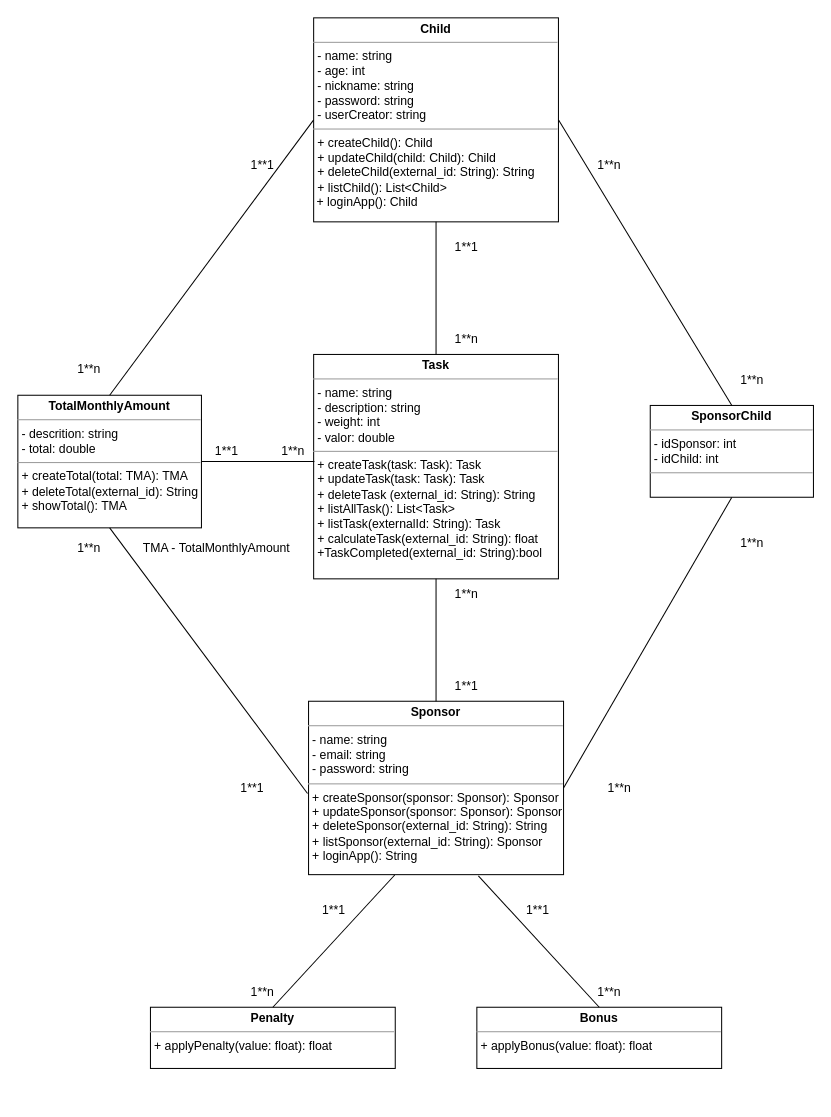
Above: diagrama-de-classes/diagrama-de-classes.drawio in Matheus-Juliao/Projeto-Modelagem-De-Sistemas (draw.io), before the change. Source tidied: cells renumbered, new cells numbered last; positions are measured from the earlier drawing's top-left corner, leaving out a move shared by most shapes. Both pictures are drawn from the tidied source at 102%, with x=0, y=0 at pixel (17, 17).
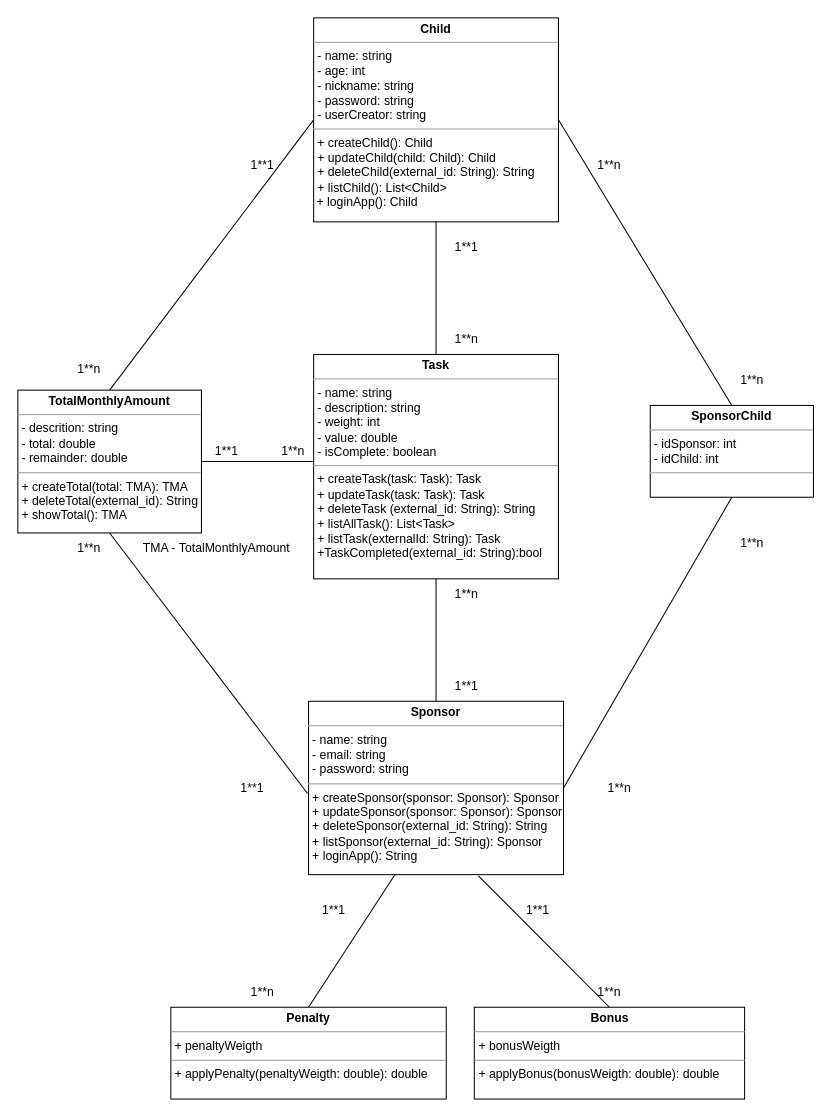
After the change.

Unchanged cells that the change refers to:
```xml
<mxCell id="2" value="&lt;p style=&quot;margin:0px;margin-top:4px;text-align:center;&quot;&gt;&lt;b&gt;Sponsor&lt;/b&gt;&lt;/p&gt;&lt;hr size=&quot;1&quot;&gt;&lt;p style=&quot;margin:0px;margin-left:4px;&quot;&gt;&lt;span style=&quot;background-color: initial;&quot;&gt;- name: string&lt;/span&gt;&lt;br&gt;&lt;/p&gt;&lt;p style=&quot;margin:0px;margin-left:4px;&quot;&gt;- email: string&lt;/p&gt;&lt;p style=&quot;margin:0px;margin-left:4px;&quot;&gt;- password: string&lt;/p&gt;&lt;hr size=&quot;1&quot;&gt;&lt;p style=&quot;border-color: var(--border-color); margin: 0px 0px 0px 4px;&quot;&gt;+ createSponsor(sponsor: Sponsor): Sponsor&lt;/p&gt;&lt;p style=&quot;border-color: var(--border-color); margin: 0px 0px 0px 4px;&quot;&gt;+ updateSponsor(sponsor: Sponsor): Sponsor&lt;br style=&quot;border-color: var(--border-color);&quot;&gt;&lt;/p&gt;&lt;p style=&quot;border-color: var(--border-color); margin: 0px 0px 0px 4px;&quot;&gt;+ deleteSponsor(external_id: String): String&lt;/p&gt;&lt;p style=&quot;border-color: var(--border-color); margin: 0px 0px 0px 4px;&quot;&gt;+ listSponsor(external_id: String): Sponsor&lt;/p&gt;&lt;p style=&quot;margin:0px;margin-left:4px;&quot;&gt;+ loginApp(): String&lt;/p&gt;&lt;p style=&quot;margin:0px;margin-left:4px;&quot;&gt;&lt;br&gt;&lt;/p&gt;" style="verticalAlign=top;align=left;overflow=fill;fontSize=12;fontFamily=Helvetica;html=1;whiteSpace=wrap;" parent="1" vertex="1">
  <mxGeometry x="285" y="670" width="250" height="170" as="geometry" />
</mxCell>
```

Change to the diagram source:
```diff
@@
-    <mxCell id="4" value="&lt;p style=&quot;margin:0px;margin-top:4px;text-align:center;&quot;&gt;&lt;b&gt;Task&lt;/b&gt;&lt;/p&gt;&lt;hr size=&quot;1&quot;&gt;&lt;p style=&quot;margin:0px;margin-left:4px;&quot;&gt;- name: string&lt;/p&gt;&lt;p style=&quot;margin:0px;margin-left:4px;&quot;&gt;- description: string&lt;span style=&quot;background-color: initial;&quot;&gt;&lt;br&gt;&lt;/span&gt;&lt;/p&gt;&lt;p style=&quot;margin:0px;margin-left:4px;&quot;&gt;&lt;span style=&quot;background-color: initial;&quot;&gt;- weight: int&lt;/span&gt;&lt;/p&gt;&lt;p style=&quot;margin:0px;margin-left:4px;&quot;&gt;&lt;span style=&quot;background-color: initial;&quot;&gt;- valor: double&lt;/span&gt;&lt;/p&gt;&lt;hr style=&quot;border-color: var(--border-color);&quot; size=&quot;1&quot;&gt;&lt;p style=&quot;border-color: var(--border-color); margin: 0px 0px 0px 4px;&quot;&gt;+ createTask(task: Task): Task&lt;/p&gt;&lt;p style=&quot;border-color: var(--border-color); margin: 0px 0px 0px 4px;&quot;&gt;+ updateTask(task: Task): Task&lt;/p&gt;&lt;p style=&quot;border-color: var(--border-color); margin: 0px 0px 0px 4px;&quot;&gt;+ deleteTask (external_id: String): String&lt;/p&gt;&lt;p style=&quot;border-color: var(--border-color); margin: 0px 0px 0px 4px;&quot;&gt;+ listAllTask(): List&amp;lt;Task&amp;gt;&lt;/p&gt;&lt;p style=&quot;border-color: var(--border-color); margin: 0px 0px 0px 4px;&quot;&gt;+ listTask(externalId: String): Task&lt;/p&gt;&lt;p style=&quot;border-color: var(--border-color); margin: 0px 0px 0px 4px;&quot;&gt;+ calculateTask(external_id: String): float&lt;br&gt;&lt;/p&gt;&lt;p style=&quot;border-color: var(--border-color); margin: 0px 0px 0px 4px;&quot;&gt;+TaskCompleted(external_id: String):bool&lt;/p&gt;" style="verticalAlign=top;align=left;overflow=fill;fontSize=12;fontFamily=Helvetica;html=1;whiteSpace=wrap;" parent="1" vertex="1">
+    <mxCell id="4" value="&lt;p style=&quot;margin:0px;margin-top:4px;text-align:center;&quot;&gt;&lt;b&gt;Task&lt;/b&gt;&lt;/p&gt;&lt;hr size=&quot;1&quot;&gt;&lt;p style=&quot;margin:0px;margin-left:4px;&quot;&gt;- name: string&lt;/p&gt;&lt;p style=&quot;margin:0px;margin-left:4px;&quot;&gt;- description: string&lt;span style=&quot;background-color: initial;&quot;&gt;&lt;br&gt;&lt;/span&gt;&lt;/p&gt;&lt;p style=&quot;margin:0px;margin-left:4px;&quot;&gt;&lt;span style=&quot;background-color: initial;&quot;&gt;- weight: int&lt;/span&gt;&lt;/p&gt;&lt;p style=&quot;margin:0px;margin-left:4px;&quot;&gt;&lt;span style=&quot;background-color: initial;&quot;&gt;- value: double&lt;/span&gt;&lt;/p&gt;&lt;p style=&quot;margin:0px;margin-left:4px;&quot;&gt;- isComplete: boolean&lt;/p&gt;&lt;hr style=&quot;border-color: var(--border-color);&quot; size=&quot;1&quot;&gt;&lt;p style=&quot;border-color: var(--border-color); margin: 0px 0px 0px 4px;&quot;&gt;+ createTask(task: Task): Task&lt;/p&gt;&lt;p style=&quot;border-color: var(--border-color); margin: 0px 0px 0px 4px;&quot;&gt;+ updateTask(task: Task): Task&lt;/p&gt;&lt;p style=&quot;border-color: var(--border-color); margin: 0px 0px 0px 4px;&quot;&gt;+ deleteTask (external_id: String): String&lt;/p&gt;&lt;p style=&quot;border-color: var(--border-color); margin: 0px 0px 0px 4px;&quot;&gt;+ listAllTask(): List&amp;lt;Task&amp;gt;&lt;/p&gt;&lt;p style=&quot;border-color: var(--border-color); margin: 0px 0px 0px 4px;&quot;&gt;+ listTask(externalId: String): Task&lt;/p&gt;&lt;p style=&quot;border-color: var(--border-color); margin: 0px 0px 0px 4px;&quot;&gt;+TaskCompleted(external_id: String):bool&lt;/p&gt;" style="verticalAlign=top;align=left;overflow=fill;fontSize=12;fontFamily=Helvetica;html=1;whiteSpace=wrap;" parent="1" vertex="1">
       <mxGeometry x="290" y="330" width="240" height="220" as="geometry" />
     </mxCell>
-    <mxCell id="5" value="&lt;p style=&quot;margin:0px;margin-top:4px;text-align:center;&quot;&gt;&lt;b&gt;TotalMonthlyAmount&lt;/b&gt;&lt;br&gt;&lt;/p&gt;&lt;hr size=&quot;1&quot;&gt;&lt;p style=&quot;margin:0px;margin-left:4px;&quot;&gt;&lt;span style=&quot;background-color: initial;&quot;&gt;- descrition: string&lt;/span&gt;&lt;br&gt;&lt;/p&gt;&lt;p style=&quot;margin:0px;margin-left:4px;&quot;&gt;- total: double&lt;/p&gt;&lt;hr size=&quot;1&quot;&gt;&lt;p style=&quot;margin:0px;margin-left:4px;&quot;&gt;+ createTotal(total: TMA): TMA&lt;/p&gt;&lt;p style=&quot;margin:0px;margin-left:4px;&quot;&gt;+ deleteTotal(external_id): String&lt;/p&gt;&lt;p style=&quot;margin:0px;margin-left:4px;&quot;&gt;+ showTotal(): TMA&lt;/p&gt;" style="verticalAlign=top;align=left;overflow=fill;fontSize=12;fontFamily=Helvetica;html=1;whiteSpace=wrap;" parent="1" vertex="1">
-      <mxGeometry y="370" width="180" height="130" as="geometry" />
+    <mxCell id="5" value="&lt;p style=&quot;margin:0px;margin-top:4px;text-align:center;&quot;&gt;&lt;b&gt;TotalMonthlyAmount&lt;/b&gt;&lt;br&gt;&lt;/p&gt;&lt;hr size=&quot;1&quot;&gt;&lt;p style=&quot;margin:0px;margin-left:4px;&quot;&gt;&lt;span style=&quot;background-color: initial;&quot;&gt;- descrition: string&lt;/span&gt;&lt;br&gt;&lt;/p&gt;&lt;p style=&quot;margin:0px;margin-left:4px;&quot;&gt;- total: double&lt;/p&gt;&lt;p style=&quot;margin:0px;margin-left:4px;&quot;&gt;- remainder: double&lt;/p&gt;&lt;hr size=&quot;1&quot;&gt;&lt;p style=&quot;margin:0px;margin-left:4px;&quot;&gt;+ createTotal(total: TMA): TMA&lt;/p&gt;&lt;p style=&quot;margin:0px;margin-left:4px;&quot;&gt;+ deleteTotal(external_id): String&lt;/p&gt;&lt;p style=&quot;margin:0px;margin-left:4px;&quot;&gt;+ showTotal(): TMA&lt;/p&gt;" style="verticalAlign=top;align=left;overflow=fill;fontSize=12;fontFamily=Helvetica;html=1;whiteSpace=wrap;" parent="1" vertex="1">
+      <mxGeometry y="365" width="180" height="140" as="geometry" />
     </mxCell>
-    <mxCell id="6" value="&lt;p style=&quot;border-color: var(--border-color); margin: 4px 0px 0px; text-align: center;&quot;&gt;&lt;b style=&quot;border-color: var(--border-color);&quot;&gt;Bonus&lt;/b&gt;&lt;/p&gt;&lt;hr style=&quot;border-color: var(--border-color);&quot; size=&quot;1&quot;&gt;&lt;p style=&quot;border-color: var(--border-color); margin: 0px 0px 0px 4px;&quot;&gt;+ applyBonus(value: float): float&lt;/p&gt;&lt;p style=&quot;border-color: var(--border-color); margin: 0px 0px 0px 4px;&quot;&gt;&lt;br style=&quot;border-color: var(--border-color);&quot;&gt;&lt;/p&gt;" style="verticalAlign=top;align=left;overflow=fill;fontSize=12;fontFamily=Helvetica;html=1;whiteSpace=wrap;" parent="1" vertex="1">
-      <mxGeometry x="450" y="970" width="240" height="60" as="geometry" />
-    </mxCell>
-    <mxCell id="7" value="&lt;p style=&quot;margin:0px;margin-top:4px;text-align:center;&quot;&gt;&lt;b&gt;Penalty&lt;/b&gt;&lt;br&gt;&lt;/p&gt;&lt;hr size=&quot;1&quot;&gt;&lt;p style=&quot;margin:0px;margin-left:4px;&quot;&gt;&lt;/p&gt;&lt;p style=&quot;margin:0px;margin-left:4px;&quot;&gt;+ apply&lt;span style=&quot;border-color: var(--border-color); text-align: center;&quot;&gt;Penalty&lt;/span&gt;(value: float): float&lt;/p&gt;&lt;p style=&quot;margin:0px;margin-left:4px;&quot;&gt;&lt;br&gt;&lt;/p&gt;&lt;p style=&quot;margin:0px;margin-left:4px;&quot;&gt;&lt;br&gt;&lt;/p&gt;" style="verticalAlign=top;align=left;overflow=fill;fontSize=12;fontFamily=Helvetica;html=1;whiteSpace=wrap;" parent="1" vertex="1">
-      <mxGeometry x="130" y="970" width="240" height="60" as="geometry" />
-    </mxCell>
@@
-    <mxCell id="22" style="endArrow=none;html=1;rounded=0;entryX=0.5;entryY=0;entryDx=0;entryDy=0;exitX=0.338;exitY=1.002;exitDx=0;exitDy=0;exitPerimeter=0;" parent="1" edge="1" source="2" target="7">
+    <mxCell id="22" style="endArrow=none;html=1;rounded=0;entryX=0.5;entryY=0;entryDx=0;entryDy=0;exitX=0.338;exitY=1.002;exitDx=0;exitDy=0;exitPerimeter=0;" parent="1" edge="1" source="2" target="37">
       <mxGeometry relative="1" as="geometry" />
     </mxCell>
-    <mxCell id="23" style="endArrow=none;html=1;rounded=0;entryX=0.5;entryY=0;entryDx=0;entryDy=0;exitX=0.666;exitY=1.007;exitDx=0;exitDy=0;exitPerimeter=0;" parent="1" edge="1" source="2" target="6">
+    <mxCell id="23" style="endArrow=none;html=1;rounded=0;entryX=0.5;entryY=0;entryDx=0;entryDy=0;exitX=0.666;exitY=1.007;exitDx=0;exitDy=0;exitPerimeter=0;" parent="1" edge="1" source="2" target="38">
       <mxGeometry relative="1" as="geometry" />
     </mxCell>
@@
+    <mxCell id="37" value="&lt;p style=&quot;margin:0px;margin-top:4px;text-align:center;&quot;&gt;&lt;b&gt;Penalty&lt;/b&gt;&lt;/p&gt;&lt;hr size=&quot;1&quot;&gt;&lt;p style=&quot;margin:0px;margin-left:4px;&quot;&gt;+ penaltyWeigth&lt;/p&gt;&lt;hr size=&quot;1&quot;&gt;&lt;p style=&quot;margin:0px;margin-left:4px;&quot;&gt;+ applyPenalty(penaltyWeigth: double): double&lt;br&gt;&lt;/p&gt;" style="verticalAlign=top;align=left;overflow=fill;fontSize=12;fontFamily=Helvetica;html=1;whiteSpace=wrap;" parent="1" vertex="1">
+      <mxGeometry x="150" y="970" width="270" height="90" as="geometry" />
+    </mxCell>
+    <mxCell id="38" value="&lt;p style=&quot;margin:0px;margin-top:4px;text-align:center;&quot;&gt;&lt;b&gt;Bonus&lt;/b&gt;&lt;/p&gt;&lt;hr size=&quot;1&quot;&gt;&lt;p style=&quot;margin:0px;margin-left:4px;&quot;&gt;+ bonusWeigth&lt;/p&gt;&lt;hr size=&quot;1&quot;&gt;&lt;p style=&quot;border-color: var(--border-color); margin: 0px 0px 0px 4px;&quot;&gt;+ applyBonus(bonusWeigth: double): double&lt;/p&gt;" style="verticalAlign=top;align=left;overflow=fill;fontSize=12;fontFamily=Helvetica;html=1;whiteSpace=wrap;" parent="1" vertex="1">
+      <mxGeometry x="447.5" y="970" width="265" height="90" as="geometry" />
+    </mxCell>
```
